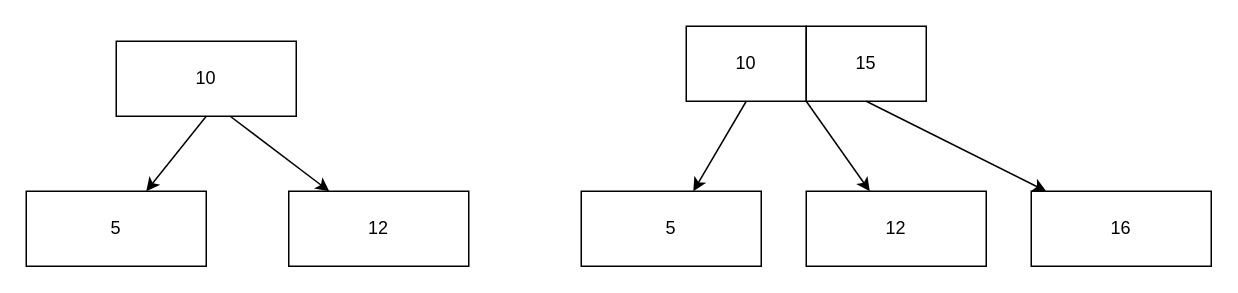
mrthetkhine/Turing-DataStructureAlgorithm-Batch-2 keeps this draw.io diagram as diagram/TwoThreeFour.drawio. Above is the earlier version. Source tidied: cells renumbered, new cells numbered last; positions are measured from the earlier drawing's top-left corner, leaving out a move shared by most shapes. Both pictures are drawn from the tidied source at 150%, with x=0, y=0 at pixel (26, 26).
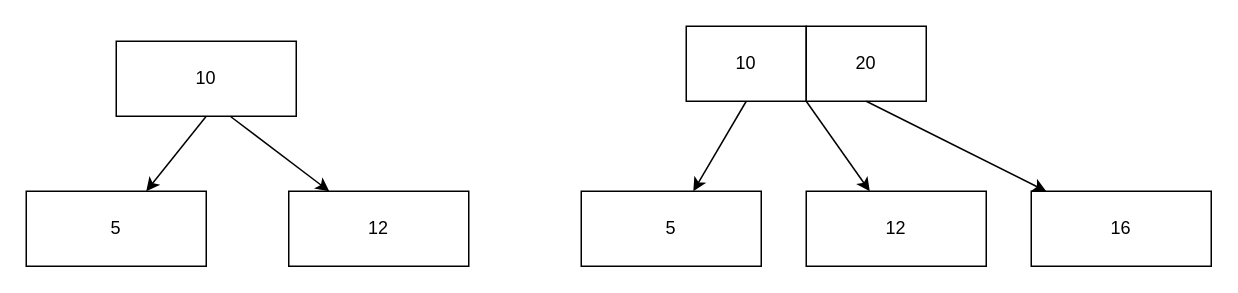
Above is the later version.

Commit message (it also covers changes not shown here):
add two three four tree

Change to the diagram source:
```diff
@@
 <mxGraphModel>
   <root>
     <mxCell id="0" />
     <mxCell id="1" parent="0" />
     <mxCell id="2" value="10" style="rounded=0;whiteSpace=wrap;html=1;" parent="1" vertex="1">
       <mxGeometry x="60" y="10" width="120" height="50" as="geometry" />
     </mxCell>
     <mxCell id="3" value="5" style="rounded=0;whiteSpace=wrap;html=1;" parent="1" vertex="1">
       <mxGeometry y="110" width="120" height="50" as="geometry" />
     </mxCell>
     <mxCell id="4" value="12" style="rounded=0;whiteSpace=wrap;html=1;" parent="1" vertex="1">
       <mxGeometry x="175" y="110" width="120" height="50" as="geometry" />
     </mxCell>
     <mxCell id="5" style="endArrow=classic;html=1;rounded=0;exitX=0.5;exitY=1;exitDx=0;exitDy=0;" parent="1" edge="1" source="2" target="3">
       <mxGeometry relative="1" as="geometry" />
     </mxCell>
     <mxCell id="6" style="endArrow=classic;html=1;rounded=0;exitX=0.633;exitY=1;exitDx=0;exitDy=0;exitPerimeter=0;" parent="1" edge="1" source="2" target="4">
       <mxGeometry relative="1" as="geometry" />
     </mxCell>
     <mxCell id="7" value="10" style="rounded=0;whiteSpace=wrap;html=1;" parent="1" vertex="1">
       <mxGeometry x="440" width="80" height="50" as="geometry" />
     </mxCell>
     <mxCell id="8" value="5" style="rounded=0;whiteSpace=wrap;html=1;" parent="1" vertex="1">
       <mxGeometry x="370" y="110" width="120" height="50" as="geometry" />
     </mxCell>
     <mxCell id="9" value="12" style="rounded=0;whiteSpace=wrap;html=1;" parent="1" vertex="1">
       <mxGeometry x="520" y="110" width="120" height="50" as="geometry" />
     </mxCell>
     <mxCell id="10" style="endArrow=classic;html=1;rounded=0;exitX=0.5;exitY=1;exitDx=0;exitDy=0;" parent="1" edge="1" source="7" target="8">
       <mxGeometry relative="1" as="geometry" />
     </mxCell>
     <mxCell id="11" style="endArrow=classic;html=1;rounded=0;exitX=1;exitY=1;exitDx=0;exitDy=0;" parent="1" edge="1" source="7" target="9">
       <mxGeometry relative="1" as="geometry" />
     </mxCell>
-    <mxCell id="12" value="15" style="rounded=0;whiteSpace=wrap;html=1;" parent="1" vertex="1">
+    <mxCell id="12" value="20" style="rounded=0;whiteSpace=wrap;html=1;" parent="1" vertex="1">
       <mxGeometry x="520" width="80" height="50" as="geometry" />
     </mxCell>
     <mxCell id="13" value="16" style="rounded=0;whiteSpace=wrap;html=1;" parent="1" vertex="1">
       <mxGeometry x="670" y="110" width="120" height="50" as="geometry" />
     </mxCell>
     <mxCell id="14" style="endArrow=classic;html=1;rounded=0;exitX=0.5;exitY=1;exitDx=0;exitDy=0;" parent="1" edge="1" source="12" target="13">
       <mxGeometry relative="1" as="geometry" />
     </mxCell>
   </root>
 </mxGraphModel>
```
